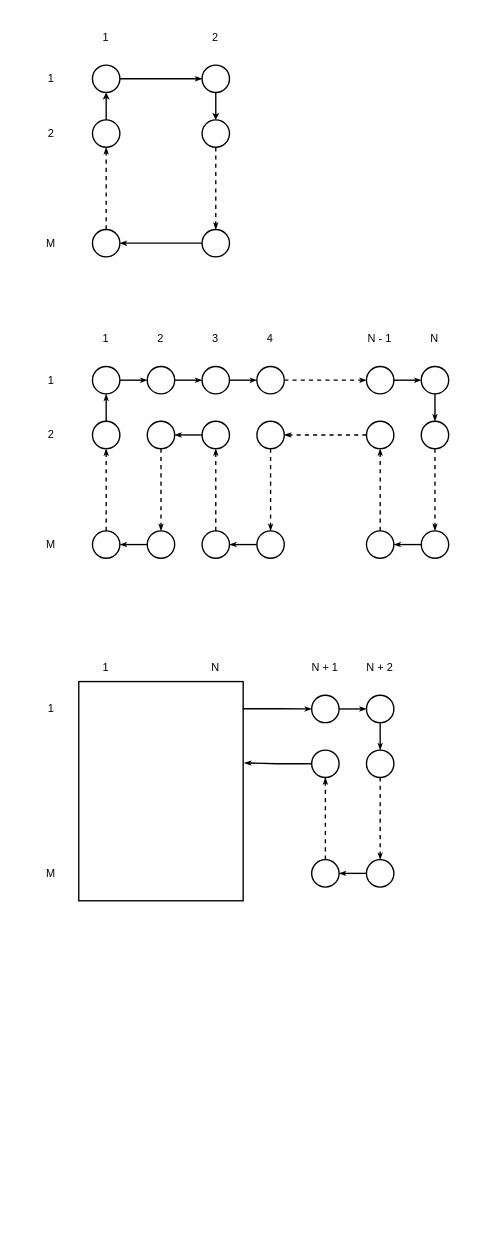
Before: source/images/hamiltonian.drawio in edi-spaghetti/mathematical-, a draw.io diagram. Source tidied: cells renumbered, new cells numbered last; positions are measured from the earlier drawing's top-left corner, leaving out a move shared by most shapes. Both pictures are drawn from the tidied source at 137%, with x=0, y=0 at pixel (23, 23).
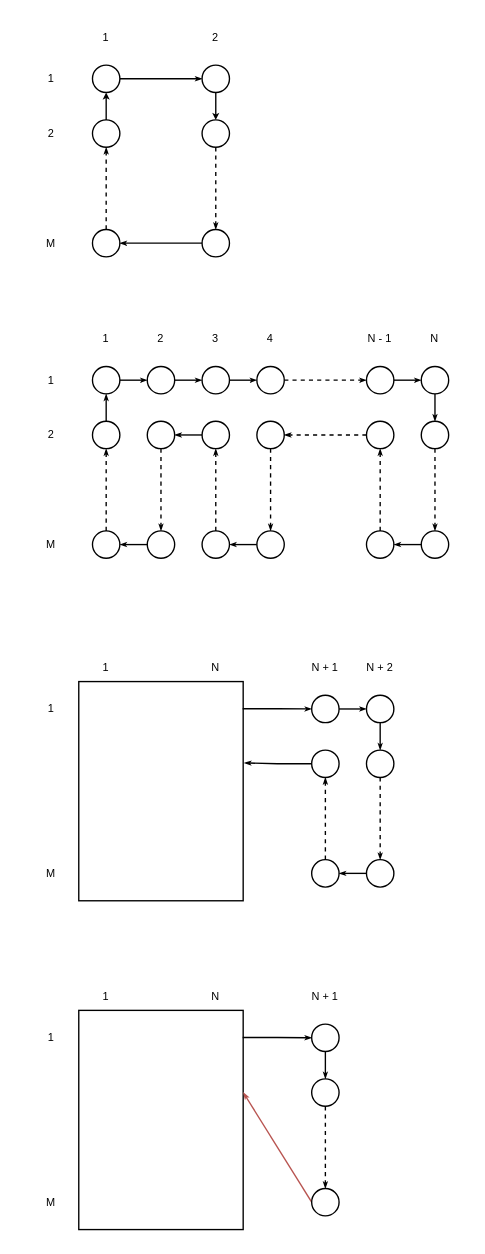
Above is the later version.

The edit, as a diff of the source:
```diff
@@
+    <mxCell id="84" style="rounded=0;whiteSpace=wrap;html=1;fontSize=8;" parent="1" vertex="1">
+      <mxGeometry x="40" y="720" width="120" height="160" as="geometry" />
+    </mxCell>
+    <mxCell id="85" style="edgeStyle=orthogonalEdgeStyle;rounded=0;jettySize=auto;html=1;exitX=0.997;exitY=0.124;exitDx=0;exitDy=0;entryX=0;entryY=0.5;entryDx=0;entryDy=0;fontSize=8;endArrow=classicThin;endFill=1;endSize=2;strokeWidth=1;exitPerimeter=0;" parent="1" edge="1" source="84" target="87">
+      <mxGeometry relative="1" as="geometry" />
+    </mxCell>
+    <mxCell id="86" style="edgeStyle=orthogonalEdgeStyle;rounded=0;jettySize=auto;html=1;exitX=0.5;exitY=1;exitDx=0;exitDy=0;entryX=0.5;entryY=0;entryDx=0;entryDy=0;fontSize=8;endArrow=classicThin;endFill=1;endSize=2;strokeWidth=1;" parent="1" edge="1" source="87" target="88">
+      <mxGeometry relative="1" as="geometry" />
+    </mxCell>
+    <mxCell id="87" style="ellipse;whiteSpace=wrap;html=1;" parent="1" vertex="1">
+      <mxGeometry x="210" y="730" width="20" height="20" as="geometry" />
+    </mxCell>
+    <mxCell id="88" style="ellipse;whiteSpace=wrap;html=1;" parent="1" vertex="1">
+      <mxGeometry x="210" y="770" width="20" height="20" as="geometry" />
+    </mxCell>
+    <mxCell id="89" style="edgeStyle=orthogonalEdgeStyle;rounded=0;jettySize=auto;html=1;exitX=0.5;exitY=1;exitDx=0;exitDy=0;entryX=0.5;entryY=0;entryDx=0;entryDy=0;fontSize=8;endArrow=classicThin;endFill=1;endSize=2;strokeWidth=1;dashed=1;" parent="1" edge="1" source="88" target="91">
+      <mxGeometry relative="1" as="geometry" />
+    </mxCell>
+    <mxCell id="90" style="rounded=0;jettySize=auto;html=1;exitX=0;exitY=0.5;exitDx=0;exitDy=0;entryX=1.001;entryY=0.375;entryDx=0;entryDy=0;entryPerimeter=0;fontSize=8;endArrow=classicThin;endFill=1;endSize=2;strokeWidth=1;fillColor=#f8cecc;strokeColor=#b85450;" parent="1" edge="1" source="91" target="84">
+      <mxGeometry relative="1" as="geometry" />
+    </mxCell>
+    <mxCell id="91" style="ellipse;whiteSpace=wrap;html=1;" parent="1" vertex="1">
+      <mxGeometry x="210" y="850" width="20" height="20" as="geometry" />
+    </mxCell>
+    <mxCell id="92" value="1" style="text;html=1;strokeColor=none;fillColor=none;align=center;verticalAlign=middle;whiteSpace=wrap;rounded=0;fontSize=8;" parent="1" vertex="1">
+      <mxGeometry x="40" y="700" width="40" height="20" as="geometry" />
+    </mxCell>
+    <mxCell id="93" value="N" style="text;html=1;strokeColor=none;fillColor=none;align=center;verticalAlign=middle;whiteSpace=wrap;rounded=0;fontSize=8;" parent="1" vertex="1">
+      <mxGeometry x="120" y="700" width="40" height="20" as="geometry" />
+    </mxCell>
+    <mxCell id="94" value="1" style="text;html=1;strokeColor=none;fillColor=none;align=center;verticalAlign=middle;whiteSpace=wrap;rounded=0;fontSize=8;" parent="1" vertex="1">
+      <mxGeometry y="730" width="40" height="20" as="geometry" />
+    </mxCell>
+    <mxCell id="95" value="M" style="text;html=1;strokeColor=none;fillColor=none;align=center;verticalAlign=middle;whiteSpace=wrap;rounded=0;fontSize=8;" parent="1" vertex="1">
+      <mxGeometry y="850" width="40" height="20" as="geometry" />
+    </mxCell>
+    <mxCell id="96" value="N + 1" style="text;html=1;strokeColor=none;fillColor=none;align=center;verticalAlign=middle;whiteSpace=wrap;rounded=0;fontSize=8;" parent="1" vertex="1">
+      <mxGeometry x="200" y="700" width="40" height="20" as="geometry" />
+    </mxCell>
```
